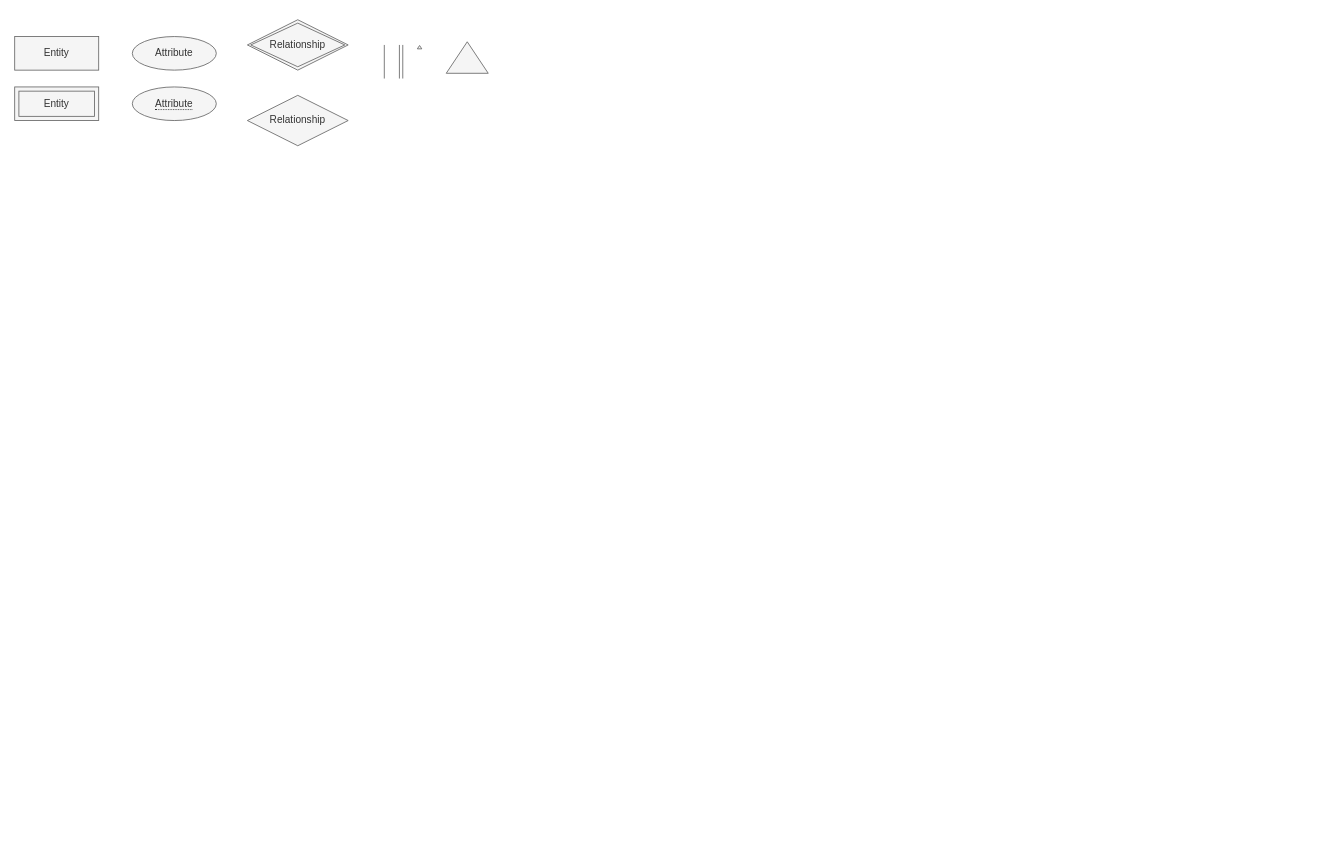
Above: projeto.drawio in henriqueeapsilva/ist-bd-2023 (draw.io), before the change. Source tidied: cells renumbered, new cells numbered last; positions are measured from the earlier drawing's top-left corner, leaving out a move shared by most shapes. Both pictures are drawn from the tidied source at 84%, with x=0, y=0 at pixel (14, 19).
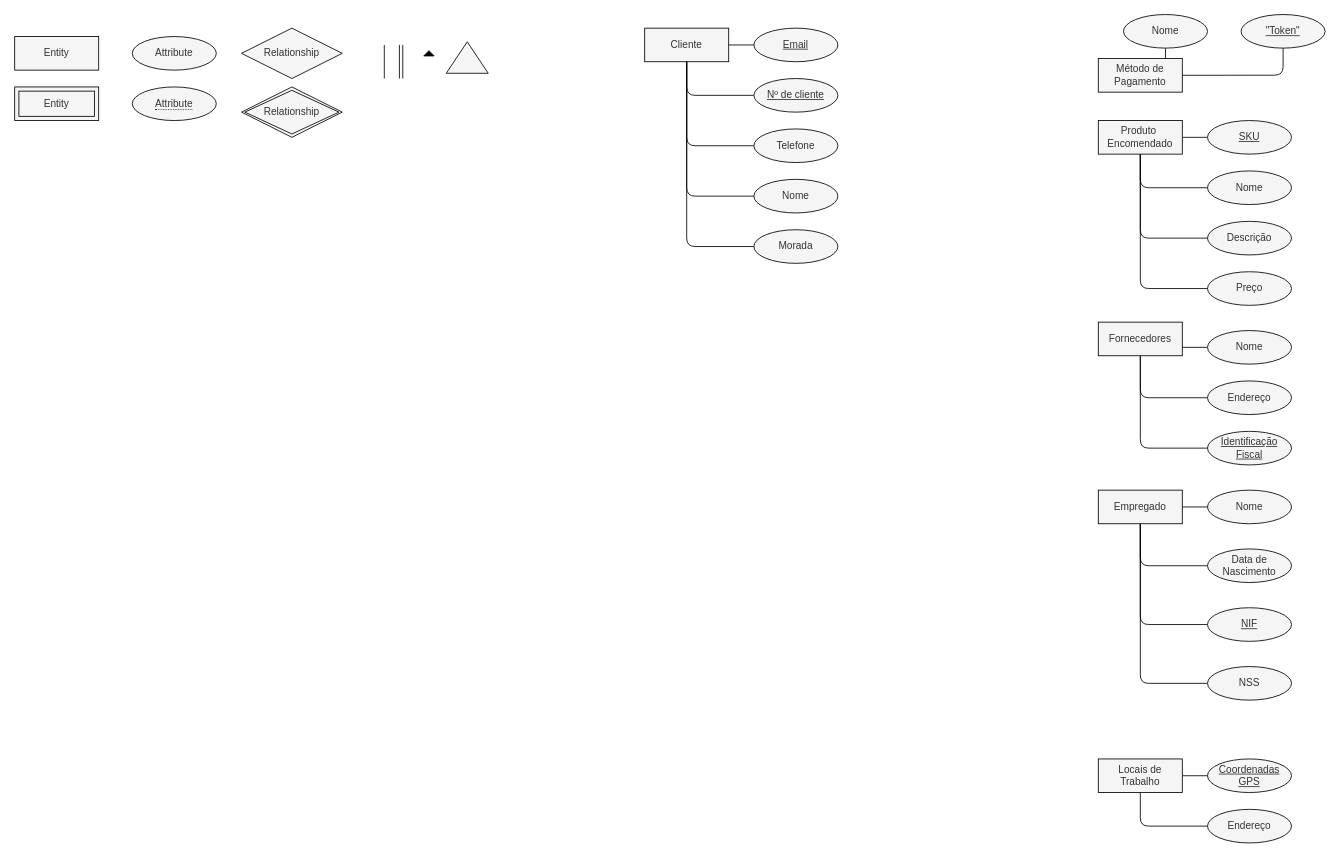
Above is the later version.

Commit message:
Co-authored-by: Afonso Azaruja <afonsoazaruja@users.noreply.github.com> Co-authored-by: Henrique Silva <hSilva10@users.noreply.github.com>

Change to the diagram source:
```diff
@@
-    <mxCell id="2" value="Entity" style="whiteSpace=wrap;html=1;align=center;fillColor=#f5f5f5;fontColor=#333333;strokeColor=#666666;" parent="1" vertex="1">
+    <mxCell id="2" value="Entity" style="whiteSpace=wrap;html=1;align=center;fillColor=#f5f5f5;fontColor=#333333;strokeColor=#000000;" parent="1" vertex="1">
       <mxGeometry y="20" width="100" height="40" as="geometry" />
     </mxCell>
-    <mxCell id="3" value="Entity" style="shape=ext;margin=3;double=1;whiteSpace=wrap;html=1;align=center;fillColor=#f5f5f5;fontColor=#333333;strokeColor=#666666;" parent="1" vertex="1">
+    <mxCell id="3" value="Entity" style="shape=ext;margin=3;double=1;whiteSpace=wrap;html=1;align=center;fillColor=#f5f5f5;fontColor=#333333;strokeColor=#000000;" parent="1" vertex="1">
       <mxGeometry y="80" width="100" height="40" as="geometry" />
     </mxCell>
-    <mxCell id="4" value="Attribute" style="ellipse;whiteSpace=wrap;html=1;align=center;fillColor=#f5f5f5;fontColor=#333333;strokeColor=#666666;" parent="1" vertex="1">
+    <mxCell id="4" value="Attribute" style="ellipse;whiteSpace=wrap;html=1;align=center;fillColor=#f5f5f5;fontColor=#333333;strokeColor=#000000;" parent="1" vertex="1">
       <mxGeometry x="140" y="20" width="100" height="40" as="geometry" />
     </mxCell>
-    <mxCell id="5" value="&lt;span style=&quot;border-bottom: 1px dotted&quot;&gt;Attribute&lt;/span&gt;" style="ellipse;whiteSpace=wrap;html=1;align=center;fillColor=#f5f5f5;fontColor=#333333;strokeColor=#666666;" parent="1" vertex="1">
+    <mxCell id="5" value="&lt;span style=&quot;border-bottom: 1px dotted&quot;&gt;Attribute&lt;/span&gt;" style="ellipse;whiteSpace=wrap;html=1;align=center;fillColor=#f5f5f5;fontColor=#333333;strokeColor=#000000;" parent="1" vertex="1">
       <mxGeometry x="140" y="80" width="100" height="40" as="geometry" />
     </mxCell>
-    <mxCell id="6" value="Relationship" style="shape=rhombus;perimeter=rhombusPerimeter;whiteSpace=wrap;html=1;align=center;fillColor=#f5f5f5;fontColor=#333333;strokeColor=#666666;" parent="1" vertex="1">
-      <mxGeometry x="277" y="90" width="120" height="60" as="geometry" />
+    <mxCell id="6" value="Relationship" style="shape=rhombus;perimeter=rhombusPerimeter;whiteSpace=wrap;html=1;align=center;fillColor=#f5f5f5;fontColor=#333333;strokeColor=#000000;" parent="1" vertex="1">
+      <mxGeometry x="270" y="10" width="120" height="60" as="geometry" />
     </mxCell>
-    <mxCell id="7" style="endArrow=none;html=1;rounded=0;fillColor=#f5f5f5;strokeColor=#666666;" parent="1" edge="1">
+    <mxCell id="7" style="endArrow=none;html=1;rounded=0;fillColor=#f5f5f5;strokeColor=#000000;" parent="1" edge="1">
       <mxGeometry relative="1" as="geometry">
         <mxPoint x="440" y="70" as="sourcePoint" />
         <mxPoint x="440" y="30" as="targetPoint" />
       </mxGeometry>
     </mxCell>
-    <mxCell id="8" style="shape=link;html=1;rounded=0;fillColor=#f5f5f5;strokeColor=#666666;strokeWidth=1;" parent="1" edge="1">
+    <mxCell id="8" style="shape=link;html=1;rounded=0;fillColor=#f5f5f5;strokeColor=#000000;strokeWidth=1;" parent="1" edge="1">
       <mxGeometry relative="1" as="geometry">
         <mxPoint x="460" y="70" as="sourcePoint" />
         <mxPoint x="460" y="30" as="targetPoint" />
       </mxGeometry>
     </mxCell>
-    <mxCell id="9" style="triangle;whiteSpace=wrap;html=1;rotation=-90;fillColor=#f5f5f5;fontColor=#333333;strokeColor=#666666;" parent="1" vertex="1">
-      <mxGeometry x="480" y="30" width="4" height="5.3" as="geometry" />
+    <mxCell id="9" style="triangle;whiteSpace=wrap;html=1;rotation=-90;fillColor=#000000;fontColor=#333333;strokeColor=#000000;" parent="1" vertex="1">
+      <mxGeometry x="490" y="33.8" width="6.3" height="12.3" as="geometry" />
     </mxCell>
-    <mxCell id="10" style="triangle;whiteSpace=wrap;html=1;rotation=-90;fillColor=#f5f5f5;fontColor=#333333;strokeColor=#666666;" parent="1" vertex="1">
+    <mxCell id="10" style="triangle;whiteSpace=wrap;html=1;rotation=-90;fillColor=#f5f5f5;fontColor=#333333;strokeColor=#000000;" parent="1" vertex="1">
       <mxGeometry x="520" y="20" width="37.5" height="50" as="geometry" />
     </mxCell>
-    <mxCell id="11" value="Relationship" style="shape=rhombus;double=1;perimeter=rhombusPerimeter;whiteSpace=wrap;html=1;align=center;fillColor=#f5f5f5;fontColor=#333333;strokeColor=#666666;" parent="1" vertex="1">
-      <mxGeometry x="277" width="120" height="60" as="geometry" />
+    <mxCell id="11" value="Relationship" style="shape=rhombus;double=1;perimeter=rhombusPerimeter;whiteSpace=wrap;html=1;align=center;fillColor=#f5f5f5;fontColor=#333333;strokeColor=#000000;" parent="1" vertex="1">
+      <mxGeometry x="270" y="80" width="120" height="60" as="geometry" />
     </mxCell>
+    <mxCell id="12" style="edgeStyle=none;html=1;strokeColor=#000000;endArrow=none;endFill=0;" parent="1" edge="1" source="14" target="16">
+      <mxGeometry relative="1" as="geometry">
+        <Array as="points">
+          <mxPoint x="1370" y="60" />
+        </Array>
+      </mxGeometry>
+    </mxCell>
+    <mxCell id="13" style="edgeStyle=none;html=1;strokeColor=#000000;endArrow=none;endFill=0;" parent="1" edge="1" source="14" target="15">
+      <mxGeometry relative="1" as="geometry">
+        <Array as="points">
+          <mxPoint x="1510" y="66" />
+        </Array>
+      </mxGeometry>
+    </mxCell>
+    <mxCell id="14" value="Método de Pagamento" style="whiteSpace=wrap;html=1;align=center;fillColor=#f5f5f5;fontColor=#333333;strokeColor=#000000;" parent="1" vertex="1">
+      <mxGeometry x="1290" y="46.2" width="100" height="40" as="geometry" />
+    </mxCell>
+    <mxCell id="15" value="&quot;Token&quot;" style="ellipse;whiteSpace=wrap;html=1;align=center;fillColor=#f5f5f5;fontColor=#333333;strokeColor=#000000;fontStyle=4;" parent="1" vertex="1">
+      <mxGeometry x="1460" y="-6.2" width="100" height="40" as="geometry" />
+    </mxCell>
+    <mxCell id="16" value="Nome" style="ellipse;whiteSpace=wrap;html=1;align=center;fillColor=#f5f5f5;fontColor=#333333;strokeColor=#000000;" parent="1" vertex="1">
+      <mxGeometry x="1320" y="-6.2" width="100" height="40" as="geometry" />
+    </mxCell>
+    <mxCell id="17" style="edgeStyle=none;html=1;entryX=0;entryY=0.5;entryDx=0;entryDy=0;strokeColor=#000000;endArrow=none;endFill=0;" parent="1" edge="1" source="19" target="21">
+      <mxGeometry relative="1" as="geometry" />
+    </mxCell>
+    <mxCell id="18" style="edgeStyle=none;html=1;strokeColor=#000000;endArrow=none;endFill=0;" parent="1" edge="1" source="19" target="20">
+      <mxGeometry relative="1" as="geometry">
+        <Array as="points">
+          <mxPoint x="1340" y="960" />
+        </Array>
+      </mxGeometry>
+    </mxCell>
+    <mxCell id="19" value="Locais de Trabalho" style="whiteSpace=wrap;html=1;align=center;fillColor=#f5f5f5;fontColor=#333333;strokeColor=#000000;" parent="1" vertex="1">
+      <mxGeometry x="1290" y="880" width="100" height="40" as="geometry" />
+    </mxCell>
+    <mxCell id="20" value="Endereço" style="ellipse;whiteSpace=wrap;html=1;align=center;fillColor=#f5f5f5;fontColor=#333333;strokeColor=#000000;" parent="1" vertex="1">
+      <mxGeometry x="1420" y="940" width="100" height="40" as="geometry" />
+    </mxCell>
+    <mxCell id="21" value="&lt;u&gt;Coordenadas GPS&lt;/u&gt;" style="ellipse;whiteSpace=wrap;html=1;align=center;fillColor=#f5f5f5;fontColor=#333333;strokeColor=#000000;" parent="1" vertex="1">
+      <mxGeometry x="1420" y="880" width="100" height="40" as="geometry" />
+    </mxCell>
+    <mxCell id="22" style="edgeStyle=none;html=1;strokeColor=#000000;endArrow=none;endFill=0;" parent="1" edge="1" source="40" target="26">
+      <mxGeometry relative="1" as="geometry">
+        <Array as="points">
+          <mxPoint x="1340" y="200" />
+        </Array>
+      </mxGeometry>
+    </mxCell>
+    <mxCell id="23" style="edgeStyle=none;html=1;strokeColor=#000000;endArrow=none;endFill=0;" parent="1" edge="1" source="40" target="25">
+      <mxGeometry relative="1" as="geometry" />
+    </mxCell>
+    <mxCell id="24" style="edgeStyle=none;html=1;strokeColor=#000000;endArrow=none;endFill=0;" parent="1" edge="1" source="40" target="37">
+      <mxGeometry relative="1" as="geometry">
+        <Array as="points">
+          <mxPoint x="1340" y="260" />
+        </Array>
+      </mxGeometry>
+    </mxCell>
+    <mxCell id="25" value="SKU" style="ellipse;whiteSpace=wrap;html=1;align=center;fillColor=#f5f5f5;fontColor=#333333;strokeColor=#000000;fontStyle=4;" parent="1" vertex="1">
+      <mxGeometry x="1420" y="120" width="100" height="40" as="geometry" />
+    </mxCell>
+    <mxCell id="26" value="Nome" style="ellipse;whiteSpace=wrap;html=1;align=center;fillColor=#f5f5f5;fontColor=#333333;strokeColor=#000000;" parent="1" vertex="1">
+      <mxGeometry x="1420" y="180" width="100" height="40" as="geometry" />
+    </mxCell>
+    <mxCell id="27" style="edgeStyle=none;html=1;entryX=0;entryY=0.5;entryDx=0;entryDy=0;strokeColor=#000000;endArrow=none;endFill=0;" parent="1" edge="1" source="57" target="35">
+      <mxGeometry relative="1" as="geometry">
+        <Array as="points">
+          <mxPoint x="1340" y="650" />
+        </Array>
+      </mxGeometry>
+    </mxCell>
+    <mxCell id="28" style="edgeStyle=none;html=1;entryX=0;entryY=0.5;entryDx=0;entryDy=0;strokeColor=#000000;endArrow=none;endFill=0;" parent="1" edge="1" source="57" target="36">
+      <mxGeometry relative="1" as="geometry">
+        <Array as="points">
+          <mxPoint x="1340" y="720" />
+        </Array>
+      </mxGeometry>
+    </mxCell>
+    <mxCell id="29" style="html=1;entryX=0;entryY=0.5;entryDx=0;entryDy=0;strokeColor=#000000;endArrow=none;endFill=0;" parent="1" edge="1" source="57" target="30">
+      <mxGeometry relative="1" as="geometry">
+        <Array as="points">
+          <mxPoint x="1340" y="790" />
+        </Array>
+      </mxGeometry>
+    </mxCell>
+    <mxCell id="30" value="NSS" style="ellipse;whiteSpace=wrap;html=1;align=center;fillColor=#f5f5f5;fontColor=#333333;strokeColor=#000000;" parent="1" vertex="1">
+      <mxGeometry x="1420" y="770" width="100" height="40" as="geometry" />
+    </mxCell>
+    <mxCell id="31" value="Morada" style="ellipse;whiteSpace=wrap;html=1;align=center;fillColor=#f5f5f5;fontColor=#333333;strokeColor=#000000;" parent="1" vertex="1">
+      <mxGeometry x="880" y="250" width="100" height="40" as="geometry" />
+    </mxCell>
+    <mxCell id="32" style="html=1;entryX=0;entryY=0.5;entryDx=0;entryDy=0;strokeColor=#000000;endArrow=none;endFill=0;exitX=0.5;exitY=1;exitDx=0;exitDy=0;" parent="1" edge="1" source="33" target="31">
+      <mxGeometry relative="1" as="geometry">
+        <Array as="points">
+          <mxPoint x="800" y="270" />
+        </Array>
+      </mxGeometry>
+    </mxCell>
+    <mxCell id="33" value="Cliente" style="whiteSpace=wrap;html=1;align=center;fillColor=#f5f5f5;fontColor=#333333;strokeColor=#000000;" parent="1" vertex="1">
+      <mxGeometry x="750" y="10" width="100" height="40" as="geometry" />
+    </mxCell>
+    <mxCell id="34" style="edgeStyle=none;html=1;strokeColor=#000000;endArrow=none;endFill=0;" parent="1" edge="1" source="45" target="46">
+      <mxGeometry relative="1" as="geometry">
+        <Array as="points">
+          <mxPoint x="1340" y="390" />
+        </Array>
+      </mxGeometry>
+    </mxCell>
+    <mxCell id="35" value="Data de Nascimento" style="ellipse;whiteSpace=wrap;html=1;align=center;fillColor=#f5f5f5;fontColor=#333333;strokeColor=#000000;" parent="1" vertex="1">
+      <mxGeometry x="1420" y="630" width="100" height="40" as="geometry" />
+    </mxCell>
+    <mxCell id="36" value="&lt;u&gt;NIF&lt;/u&gt;" style="ellipse;whiteSpace=wrap;html=1;align=center;fillColor=#f5f5f5;fontColor=#333333;strokeColor=#000000;" parent="1" vertex="1">
+      <mxGeometry x="1420" y="700" width="100" height="40" as="geometry" />
+    </mxCell>
+    <mxCell id="37" value="Descrição" style="ellipse;whiteSpace=wrap;html=1;align=center;fillColor=#f5f5f5;fontColor=#333333;strokeColor=#000000;" parent="1" vertex="1">
+      <mxGeometry x="1420" y="240" width="100" height="40" as="geometry" />
+    </mxCell>
+    <mxCell id="38" value="Preço" style="ellipse;whiteSpace=wrap;html=1;align=center;fillColor=#f5f5f5;fontColor=#333333;strokeColor=#000000;" parent="1" vertex="1">
+      <mxGeometry x="1420" y="300" width="100" height="40" as="geometry" />
+    </mxCell>
+    <mxCell id="39" style="edgeStyle=none;html=1;entryX=1;entryY=0.5;entryDx=0;entryDy=0;endArrow=none;endFill=0;strokeColor=#000000;" parent="1" edge="1" source="41" target="57">
+      <mxGeometry relative="1" as="geometry" />
+    </mxCell>
+    <mxCell id="40" value="Produto&amp;nbsp;&lt;br&gt;Encomendado" style="whiteSpace=wrap;html=1;align=center;fillColor=#f5f5f5;fontColor=#333333;strokeColor=#000000;" parent="1" vertex="1">
+      <mxGeometry x="1290" y="120" width="100" height="40" as="geometry" />
+    </mxCell>
+    <mxCell id="41" value="Nome" style="ellipse;whiteSpace=wrap;html=1;align=center;fillColor=#f5f5f5;fontColor=#333333;strokeColor=#000000;" parent="1" vertex="1">
+      <mxGeometry x="1420" y="560" width="100" height="40" as="geometry" />
+    </mxCell>
+    <mxCell id="42" style="edgeStyle=none;html=1;strokeColor=#000000;endArrow=none;endFill=0;" parent="1" edge="1" source="40" target="38">
+      <mxGeometry relative="1" as="geometry">
+        <Array as="points">
+          <mxPoint x="1340" y="320" />
+        </Array>
+      </mxGeometry>
+    </mxCell>
+    <mxCell id="43" style="edgeStyle=none;html=1;strokeColor=#000000;endArrow=none;endFill=0;" parent="1" edge="1" source="45" target="47">
+      <mxGeometry relative="1" as="geometry">
+        <Array as="points">
+          <mxPoint x="1340" y="450" />
+        </Array>
+      </mxGeometry>
+    </mxCell>
+    <mxCell id="44" style="edgeStyle=none;html=1;strokeColor=#000000;endArrow=none;endFill=0;" parent="1" edge="1" source="45" target="48">
+      <mxGeometry relative="1" as="geometry">
+        <Array as="points">
+          <mxPoint x="1340" y="510" />
+        </Array>
+      </mxGeometry>
+    </mxCell>
+    <mxCell id="45" value="Fornecedores" style="whiteSpace=wrap;html=1;align=center;fillColor=#f5f5f5;fontColor=#333333;strokeColor=#000000;" parent="1" vertex="1">
+      <mxGeometry x="1290" y="360" width="100" height="40" as="geometry" />
+    </mxCell>
+    <mxCell id="46" value="Nome" style="ellipse;whiteSpace=wrap;html=1;align=center;fillColor=#f5f5f5;fontColor=#333333;strokeColor=#000000;" parent="1" vertex="1">
+      <mxGeometry x="1420" y="370" width="100" height="40" as="geometry" />
+    </mxCell>
+    <mxCell id="47" value="Endereço" style="ellipse;whiteSpace=wrap;html=1;align=center;fillColor=#f5f5f5;fontColor=#333333;strokeColor=#000000;" parent="1" vertex="1">
+      <mxGeometry x="1420" y="430" width="100" height="40" as="geometry" />
+    </mxCell>
+    <mxCell id="48" value="Identificação Fiscal" style="ellipse;whiteSpace=wrap;html=1;align=center;fillColor=#f5f5f5;fontColor=#333333;strokeColor=#000000;fontStyle=4;" parent="1" vertex="1">
+      <mxGeometry x="1420" y="490" width="100" height="40" as="geometry" />
+    </mxCell>
+    <mxCell id="49" style="edgeStyle=none;html=1;strokeColor=#000000;endArrow=none;endFill=0;" parent="1" edge="1" source="33" target="53">
+      <mxGeometry relative="1" as="geometry">
+        <Array as="points">
+          <mxPoint x="800" y="90" />
+        </Array>
+      </mxGeometry>
+    </mxCell>
+    <mxCell id="50" style="edgeStyle=none;html=1;strokeColor=#000000;endArrow=none;endFill=0;" parent="1" edge="1" source="33" target="52">
+      <mxGeometry relative="1" as="geometry" />
+    </mxCell>
+    <mxCell id="51" style="edgeStyle=none;html=1;strokeColor=#000000;endArrow=none;endFill=0;" parent="1" edge="1" source="33" target="54">
+      <mxGeometry relative="1" as="geometry">
+        <Array as="points">
+          <mxPoint x="800" y="150" />
+        </Array>
+      </mxGeometry>
+    </mxCell>
+    <mxCell id="52" value="Email" style="ellipse;whiteSpace=wrap;html=1;align=center;fillColor=#f5f5f5;fontColor=#333333;strokeColor=#000000;fontStyle=4;" parent="1" vertex="1">
+      <mxGeometry x="880" y="10" width="100" height="40" as="geometry" />
+    </mxCell>
+    <mxCell id="53" value="&lt;u&gt;Nº de cliente&lt;/u&gt;" style="ellipse;whiteSpace=wrap;html=1;align=center;fillColor=#f5f5f5;fontColor=#333333;strokeColor=#000000;" parent="1" vertex="1">
+      <mxGeometry x="880" y="70" width="100" height="40" as="geometry" />
+    </mxCell>
+    <mxCell id="54" value="Telefone" style="ellipse;whiteSpace=wrap;html=1;align=center;fillColor=#f5f5f5;fontColor=#333333;strokeColor=#000000;" parent="1" vertex="1">
+      <mxGeometry x="880" y="130" width="100" height="40" as="geometry" />
+    </mxCell>
+    <mxCell id="55" value="Nome" style="ellipse;whiteSpace=wrap;html=1;align=center;fillColor=#f5f5f5;fontColor=#333333;strokeColor=#000000;" parent="1" vertex="1">
+      <mxGeometry x="880" y="190" width="100" height="40" as="geometry" />
+    </mxCell>
+    <mxCell id="56" style="edgeStyle=none;html=1;strokeColor=#000000;endArrow=none;endFill=0;" parent="1" edge="1" source="33" target="55">
+      <mxGeometry relative="1" as="geometry">
+        <Array as="points">
+          <mxPoint x="800" y="210" />
+        </Array>
+      </mxGeometry>
+    </mxCell>
+    <mxCell id="57" value="Empregado" style="whiteSpace=wrap;html=1;align=center;fillColor=#f5f5f5;fontColor=#333333;strokeColor=#000000;" parent="1" vertex="1">
+      <mxGeometry x="1290" y="560" width="100" height="40" as="geometry" />
+    </mxCell>
```
